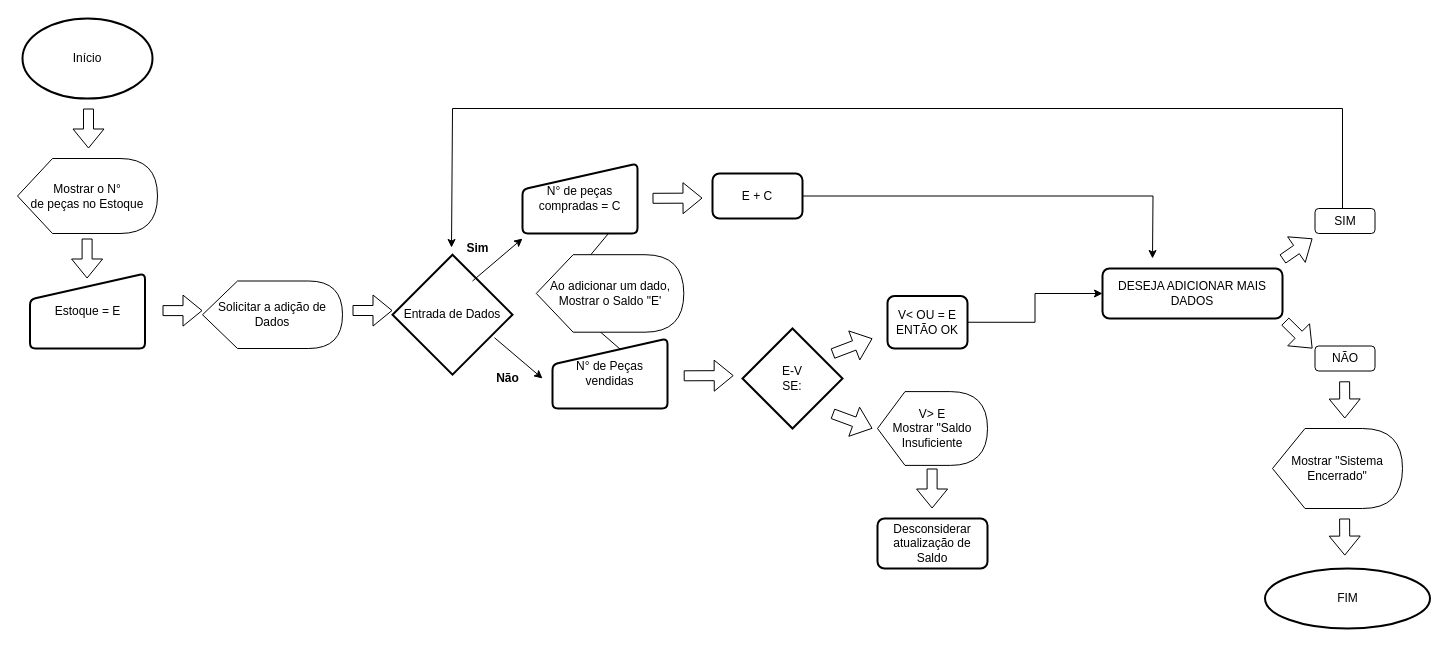
Ins1d3r8/Primeiro-Algor-tmo keeps this draw.io diagram as page "Página-1" (1 of 2) of Diagrama sem nome.drawio. Above is the earlier version. Source tidied: cells renumbered, new cells numbered last; positions are measured from the earlier drawing's top-left corner, leaving out a move shared by most shapes. Both pictures are drawn from the tidied source at 100%, with x=0, y=0 at pixel (17, 18).
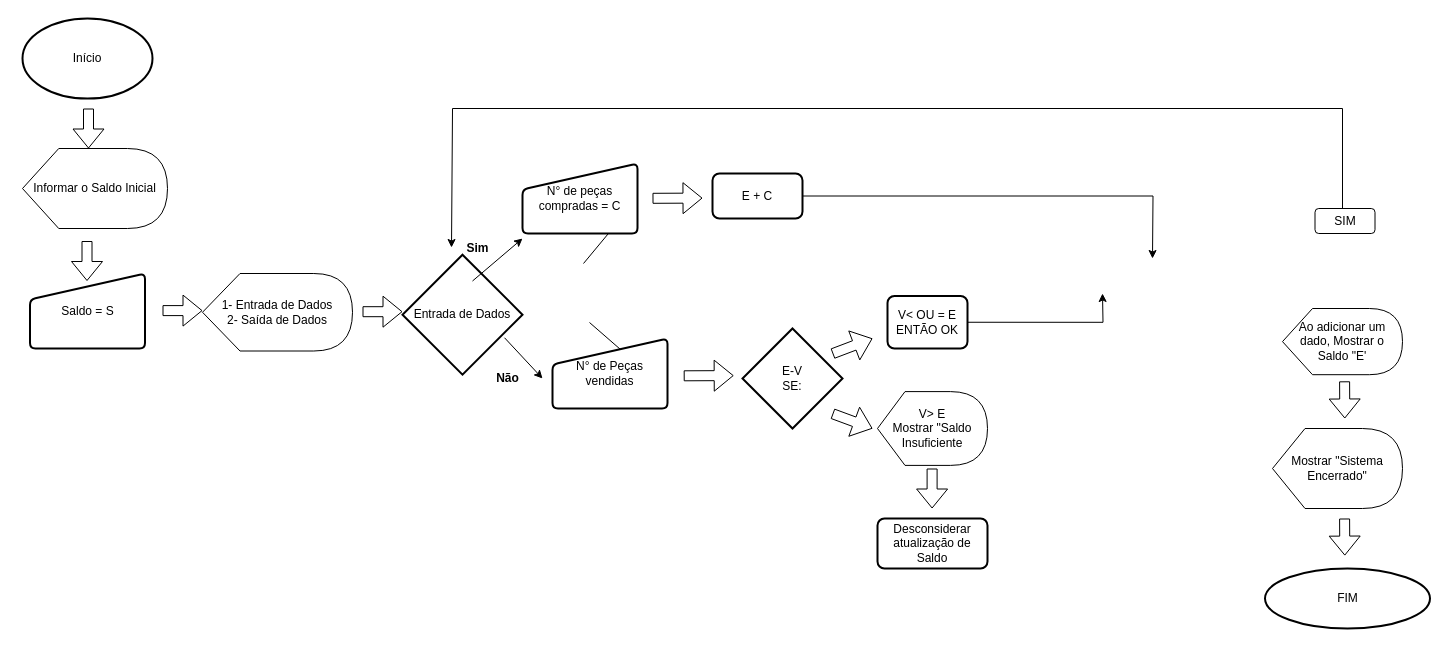
The same diagram, later.

The change refers to these unchanged cells:
```xml
<mxCell id="8" value="&lt;div&gt;V&amp;lt; OU = E &lt;br&gt;&lt;/div&gt;&lt;div&gt;ENTÃO OK&lt;br&gt;&lt;/div&gt;" style="rounded=1;whiteSpace=wrap;html=1;absoluteArcSize=1;arcSize=14;strokeWidth=2;" parent="1" vertex="1">
  <mxGeometry x="870" y="277.5" width="80" height="52.5" as="geometry" />
</mxCell>
```

Change to the diagram source:
```diff
@@
     <mxCell id="3" style="shape=flexArrow;endArrow=classic;html=1;rounded=0;" parent="1" edge="1">
       <mxGeometry relative="1" as="geometry">
-        <mxPoint x="335" y="292" as="sourcePoint" />
-        <mxPoint x="375" y="292" as="targetPoint" />
+        <mxPoint x="345" y="293.2" as="sourcePoint" />
+        <mxPoint x="385" y="293.2" as="targetPoint" />
       </mxGeometry>
     </mxCell>
@@
-    <mxCell id="7" style="edgeStyle=orthogonalEdgeStyle;rounded=0;jettySize=auto;html=1;exitX=1;exitY=0.5;exitDx=0;exitDy=0;" parent="1" edge="1" source="8" target="11">
-      <mxGeometry relative="1" as="geometry" />
+    <mxCell id="7" style="edgeStyle=orthogonalEdgeStyle;rounded=0;jettySize=auto;html=1;exitX=1;exitY=0.5;exitDx=0;exitDy=0;" parent="1" edge="1" source="8">
+      <mxGeometry relative="1" as="geometry">
+        <mxPoint x="1085" y="275" as="targetPoint" />
+      </mxGeometry>
     </mxCell>
@@
-    <mxCell id="11" value="DESEJA ADICIONAR MAIS DADOS" style="rounded=1;whiteSpace=wrap;html=1;absoluteArcSize=1;arcSize=14;strokeWidth=2;" parent="1" vertex="1">
-      <mxGeometry x="1085" y="250" width="180" height="50" as="geometry" />
-    </mxCell>
@@
-    <mxCell id="19" value="Mostrar o N° &lt;br&gt;de peças no Estoque" style="shape=display;whiteSpace=wrap;html=1;" parent="1" vertex="1">
-      <mxGeometry y="140" width="140" height="75" as="geometry" />
+    <mxCell id="19" value="Informar o Saldo Inicial" style="shape=display;whiteSpace=wrap;html=1;" parent="1" vertex="1">
+      <mxGeometry x="5" y="130" width="145" height="80" as="geometry" />
     </mxCell>
-    <mxCell id="20" value="Estoque = E" style="html=1;strokeWidth=2;shape=manualInput;whiteSpace=wrap;rounded=1;size=26;arcSize=11;" parent="1" vertex="1">
+    <mxCell id="20" value="Saldo = S" style="html=1;strokeWidth=2;shape=manualInput;whiteSpace=wrap;rounded=1;size=26;arcSize=11;" parent="1" vertex="1">
       <mxGeometry x="12.5" y="255" width="115" height="75" as="geometry" />
     </mxCell>
     <mxCell id="21" style="shape=flexArrow;endArrow=classic;html=1;rounded=0;" parent="1" edge="1">
       <mxGeometry relative="1" as="geometry">
-        <mxPoint x="69.6" y="220" as="sourcePoint" />
-        <mxPoint x="69.6" y="260" as="targetPoint" />
+        <mxPoint x="69.5" y="222.5" as="sourcePoint" />
+        <mxPoint x="69.5" y="262.5" as="targetPoint" />
       </mxGeometry>
     </mxCell>
     <mxCell id="22" value="Entrada de Dados" style="strokeWidth=2;html=1;shape=mxgraph.flowchart.decision;whiteSpace=wrap;" parent="1" vertex="1">
-      <mxGeometry x="375" y="236.2" width="120" height="120" as="geometry" />
+      <mxGeometry x="385" y="236.2" width="120" height="120" as="geometry" />
     </mxCell>
-    <mxCell id="23" value="Solicitar a adição de Dados" style="shape=display;whiteSpace=wrap;html=1;" parent="1" vertex="1">
-      <mxGeometry x="185" y="262.5" width="140" height="67.5" as="geometry" />
+    <mxCell id="23" value="&lt;div&gt;1- Entrada de Dados&lt;/div&gt;&lt;div&gt;2- Saída de Dados&lt;br&gt;&lt;/div&gt;" style="shape=display;whiteSpace=wrap;html=1;" parent="1" vertex="1">
+      <mxGeometry x="185" y="255" width="150" height="77.5" as="geometry" />
     </mxCell>
@@
     <mxCell id="28" value="Ao adicionar um dado, Mostrar o Saldo &quot;E'" style="shape=display;whiteSpace=wrap;html=1;" parent="1" vertex="1">
-      <mxGeometry x="518.8" y="236.2" width="147.5" height="77.5" as="geometry" />
+      <mxGeometry x="1265" y="290" width="120" height="66.2" as="geometry" />
     </mxCell>
@@
-    <mxCell id="34" style="shape=flexArrow;endArrow=classic;html=1;rounded=0;" parent="1" edge="1">
-      <mxGeometry relative="1" as="geometry">
-        <mxPoint x="1265" y="240.7" as="sourcePoint" />
-        <mxPoint x="1295" y="220" as="targetPoint" />
-      </mxGeometry>
-    </mxCell>
-    <mxCell id="35" style="shape=flexArrow;endArrow=classic;html=1;rounded=0;" parent="1" edge="1">
-      <mxGeometry relative="1" as="geometry">
-        <mxPoint x="1267.5" y="302.8" as="sourcePoint" />
-        <mxPoint x="1295" y="330" as="targetPoint" />
-      </mxGeometry>
-    </mxCell>
-    <mxCell id="36" style="endArrow=classic;html=1;rounded=0;" parent="1" edge="1" target="37">
-      <mxGeometry relative="1" as="geometry">
-        <mxPoint x="1314.5" y="335" as="sourcePoint" />
-      </mxGeometry>
-    </mxCell>
-    <mxCell id="37" value="NÃO" style="rounded=1;whiteSpace=wrap;html=1;" parent="1" vertex="1">
-      <mxGeometry x="1297.5" y="327.5" width="60" height="25" as="geometry" />
-    </mxCell>
```
